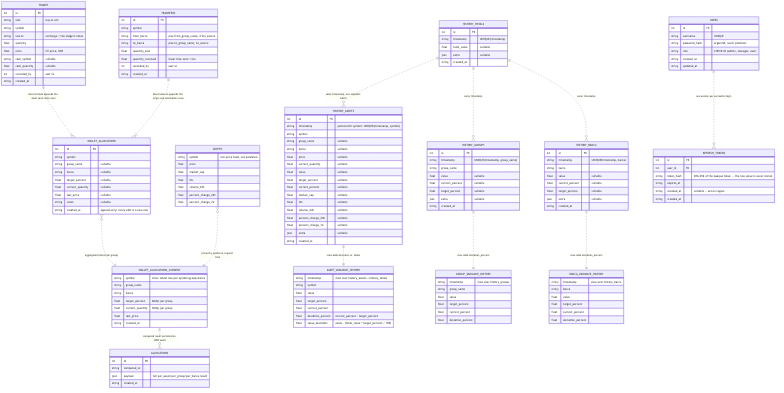
rchau73/crypto_management keeps this Mermaid diagram as docs/data-model.png. Above is the earlier version. Its source is kept beside it as docs/data-model.mmd.
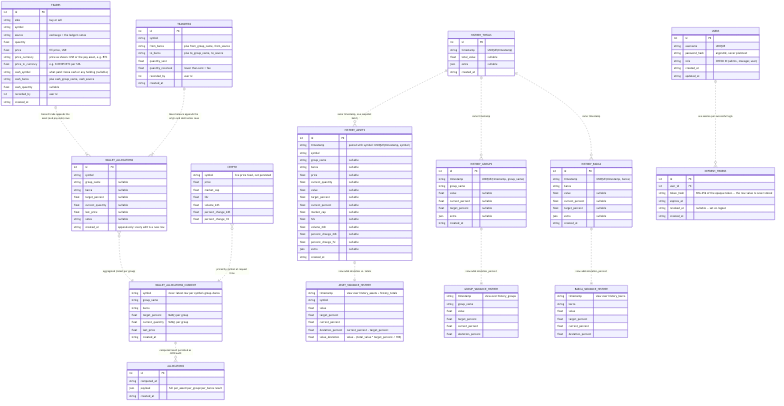
After the commit.

Diff of the diagram source:
```diff
@@ -38,7 +38,10 @@
         string source "exchange = the ledger's notes"
         float quantity
         float price "fill price, USD"
-        string cash_symbol "nullable"
+        string price_currency "price as shown: USD or the pay asset, e.g. BTC"
+        float price_in_currency "e.g. 0.00105 BTC per SOL"
+        string cash_symbol "what paid: Caixa cash or any holding (nullable)"
+        string cash_barca "plus cash_group_name, cash_source"
         float cash_quantity "nullable"
         int recorded_by "user id"
         string created_at
@@ -159,7 +162,7 @@
     }
 
     WALLET_ALLOCATIONS }o..|| WALLET_ALLOCATIONS_CURRENT : "aggregated (latest per group)"
-    TRADES ||..|{ WALLET_ALLOCATIONS : "Record trade appends the asset (and cash) rows"
+    TRADES ||..|{ WALLET_ALLOCATIONS : "Record trade appends the asset (and pay-side) rows"
     TRANSFERS ||..|{ WALLET_ALLOCATIONS : "Move balance appends the origin and destination rows"
     CRYPTO }o..|| WALLET_ALLOCATIONS_CURRENT : "priced by symbol at request time"
     WALLET_ALLOCATIONS_CURRENT ||..o{ ALLOCATIONS : "computed result persisted as JSON audit"
```
